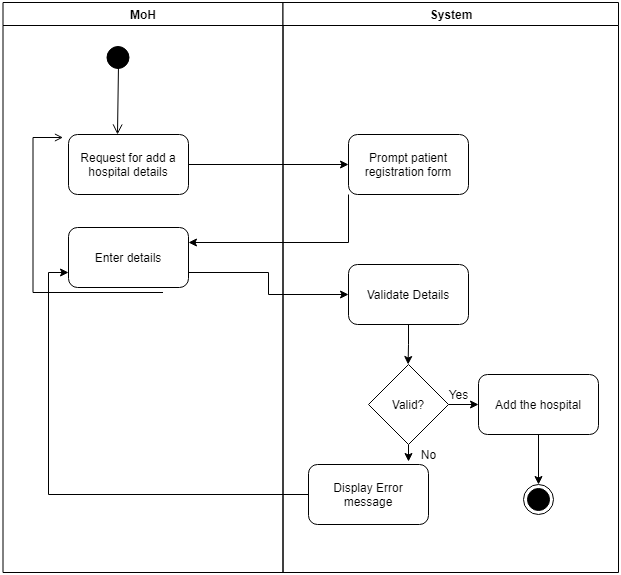
This is UML/activity diagrams/Add new hospital.png from Hashara/Individual_Assignment_SparkX, a draw.io export, as it was before one commit. Source tidied: cells renumbered, new cells last; positions are measured from the earlier drawing's top-left corner, leaving out a move shared by most shapes.
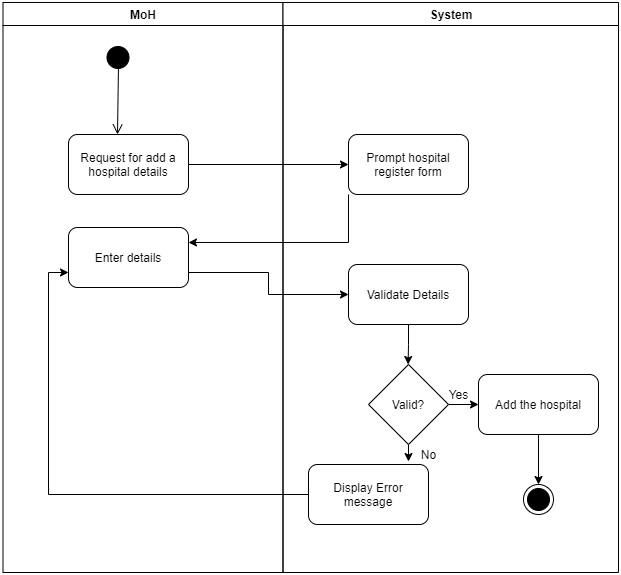
The same diagram one commit later.

The edit, as a diff of the source:
```diff
@@ -14,15 +14,6 @@
         <mxPoint x="114.5" y="132" as="targetPoint" />
       </mxGeometry>
     </mxCell>
-    <mxCell id="5" style="edgeStyle=elbowEdgeStyle;elbow=horizontal;endArrow=open;endFill=1;rounded=0;" parent="2" edge="1">
-      <mxGeometry relative="1" as="geometry">
-        <mxPoint x="160" y="290" as="sourcePoint" />
-        <mxPoint x="60" y="135" as="targetPoint" />
-        <Array as="points">
-          <mxPoint x="30" y="250" />
-        </Array>
-      </mxGeometry>
-    </mxCell>
     <mxCell id="6" value="Request for add a hospital details" style="rounded=1;whiteSpace=wrap;html=1;strokeColor=#000000;fillColor=#FFFFFF;" parent="2" vertex="1">
       <mxGeometry x="65.5" y="132" width="120" height="60" as="geometry" />
     </mxCell>
@@ -32,7 +23,7 @@
     <mxCell id="8" value="System" style="swimlane;whiteSpace=wrap;startSize=23;" parent="1" vertex="1">
       <mxGeometry x="280.5" width="335.5" height="570" as="geometry" />
     </mxCell>
-    <mxCell id="9" value="Prompt patient registration form" style="rounded=1;whiteSpace=wrap;html=1;strokeColor=#000000;fillColor=#FFFFFF;" parent="8" vertex="1">
+    <mxCell id="9" value="Prompt hospital register form" style="rounded=1;whiteSpace=wrap;html=1;strokeColor=#000000;fillColor=#FFFFFF;" parent="8" vertex="1">
       <mxGeometry x="65.5" y="132" width="120" height="60" as="geometry" />
     </mxCell>
     <mxCell id="10" value="Validate Details" style="rounded=1;whiteSpace=wrap;html=1;strokeColor=#000000;fillColor=#FFFFFF;" parent="8" vertex="1">
```
